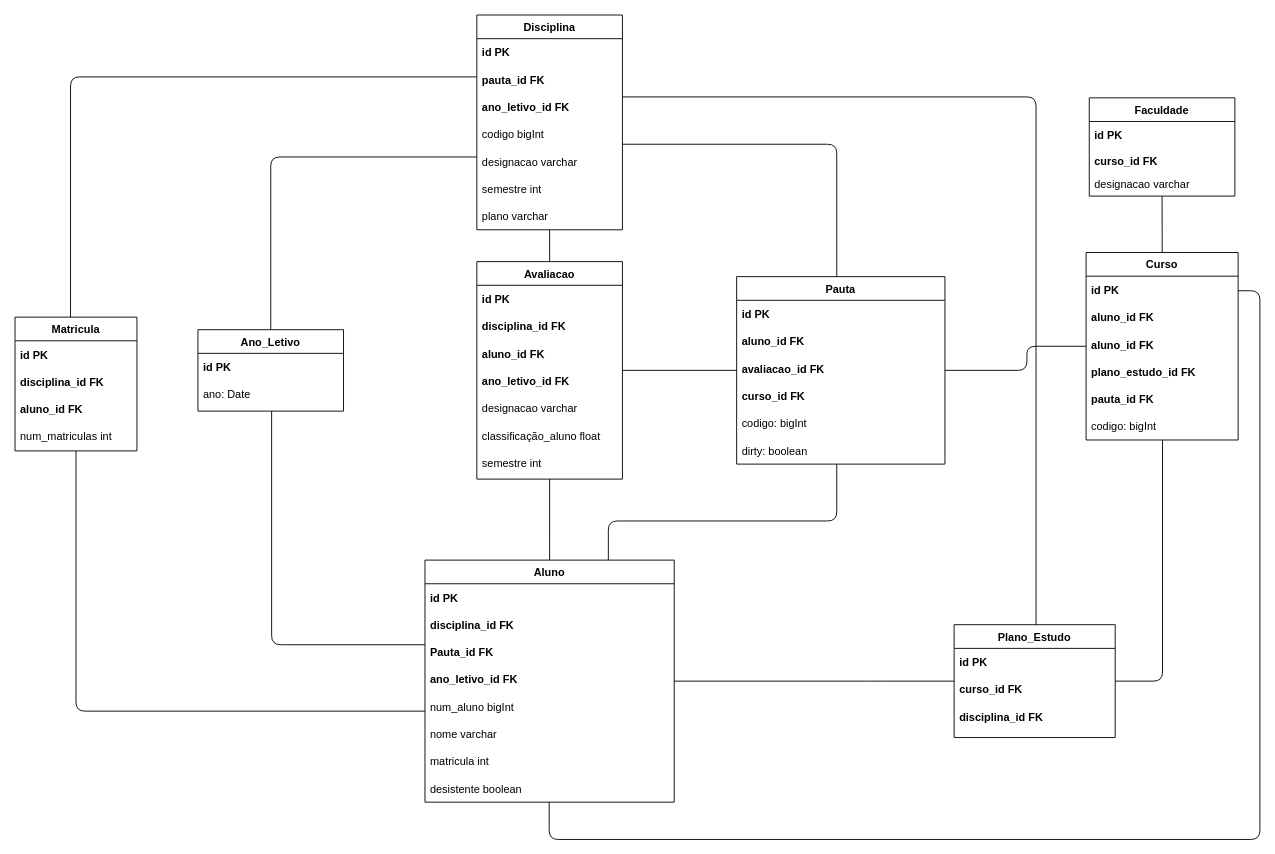
This is page "DB" (2 of 2) of Docs/Diagrams.drawio from ruimpcastro/pweb2022, a draw.io file, before an edit. Source tidied: cells renumbered, new cells numbered last; positions are measured from the earlier drawing's top-left corner, leaving out a move shared by most shapes. Both pictures are drawn from the tidied source at 91%, with x=0, y=0 at pixel (15, 15).
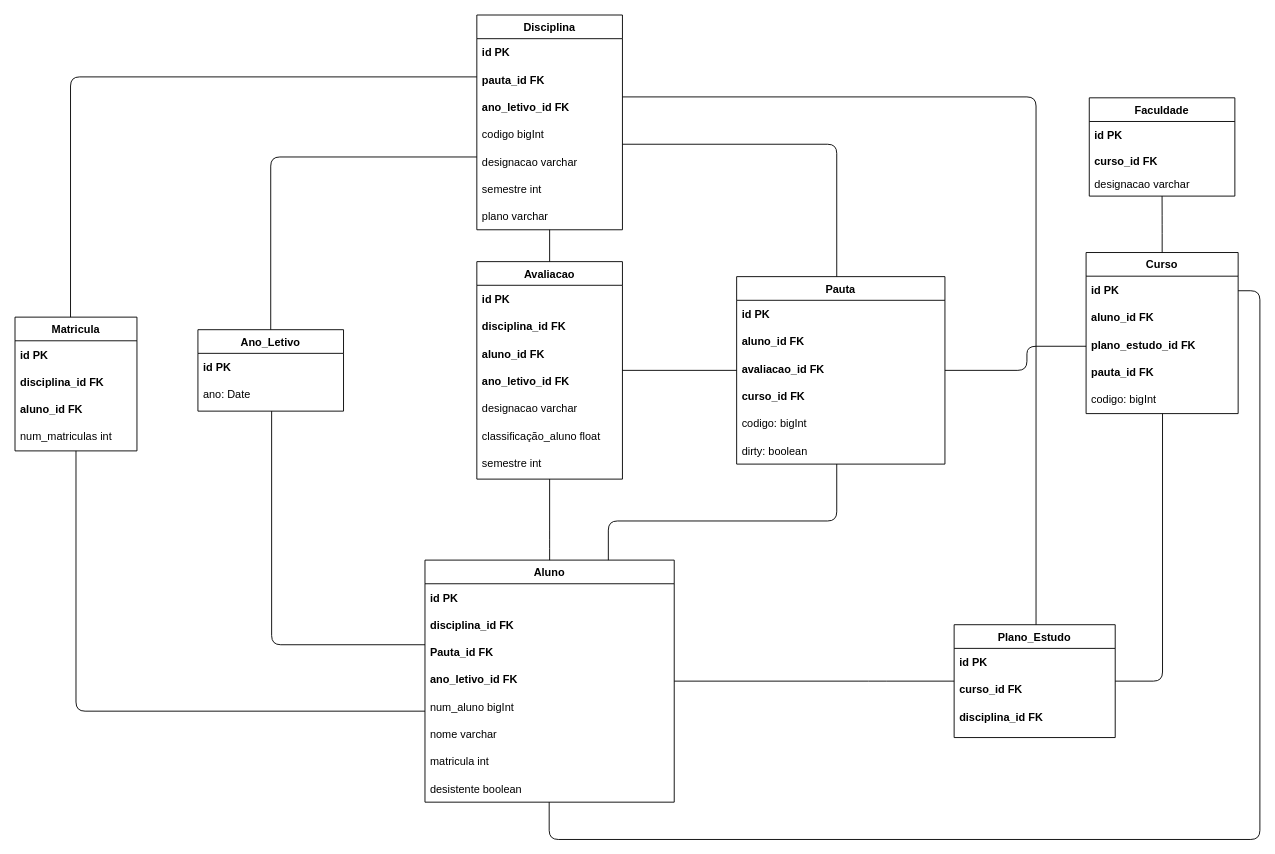
The same diagram, later.

Diff of the diagram source:
```diff
@@
     <mxCell id="19" value="Curso" style="swimlane;fontStyle=1;align=center;verticalAlign=top;horizontal=1;startSize=26;shadow=0;strokeWidth=1;rounded=0;sketch=0;labelBackgroundColor=default;" parent="1" vertex="1">
-      <mxGeometry x="1177" y="261" width="167.1" height="206" as="geometry" />
+      <mxGeometry x="1177" y="261" width="167.1" height="177" as="geometry" />
     </mxCell>
@@
-    <mxCell id="22" value="aluno_id FK" style="text;strokeColor=none;fillColor=none;align=left;verticalAlign=middle;spacingLeft=4;spacingRight=4;overflow=hidden;rounded=1;fontStyle=1;shadow=0;" parent="19" vertex="1">
-      <mxGeometry y="86" width="167.1" height="30" as="geometry" />
-    </mxCell>
     <mxCell id="23" value="plano_estudo_id FK" style="text;strokeColor=none;fillColor=none;align=left;verticalAlign=middle;spacingLeft=4;spacingRight=4;overflow=hidden;rounded=1;fontStyle=1;shadow=0;" parent="19" vertex="1">
-      <mxGeometry y="116" width="167.1" height="30" as="geometry" />
+      <mxGeometry y="86" width="167.1" height="30" as="geometry" />
     </mxCell>
     <mxCell id="24" value="pauta_id FK" style="text;strokeColor=none;fillColor=none;align=left;verticalAlign=middle;spacingLeft=4;spacingRight=4;overflow=hidden;rounded=1;fontStyle=1;shadow=0;" parent="19" vertex="1">
-      <mxGeometry y="146" width="167.1" height="30" as="geometry" />
+      <mxGeometry y="116" width="167.1" height="30" as="geometry" />
     </mxCell>
     <mxCell id="25" value="codigo: bigInt" style="text;strokeColor=none;fillColor=none;align=left;verticalAlign=middle;spacingLeft=4;spacingRight=4;overflow=hidden;rounded=1;shadow=0;" parent="19" vertex="1">
-      <mxGeometry y="176" width="167.1" height="30" as="geometry" />
+      <mxGeometry y="146" width="167.1" height="30" as="geometry" />
     </mxCell>
```
